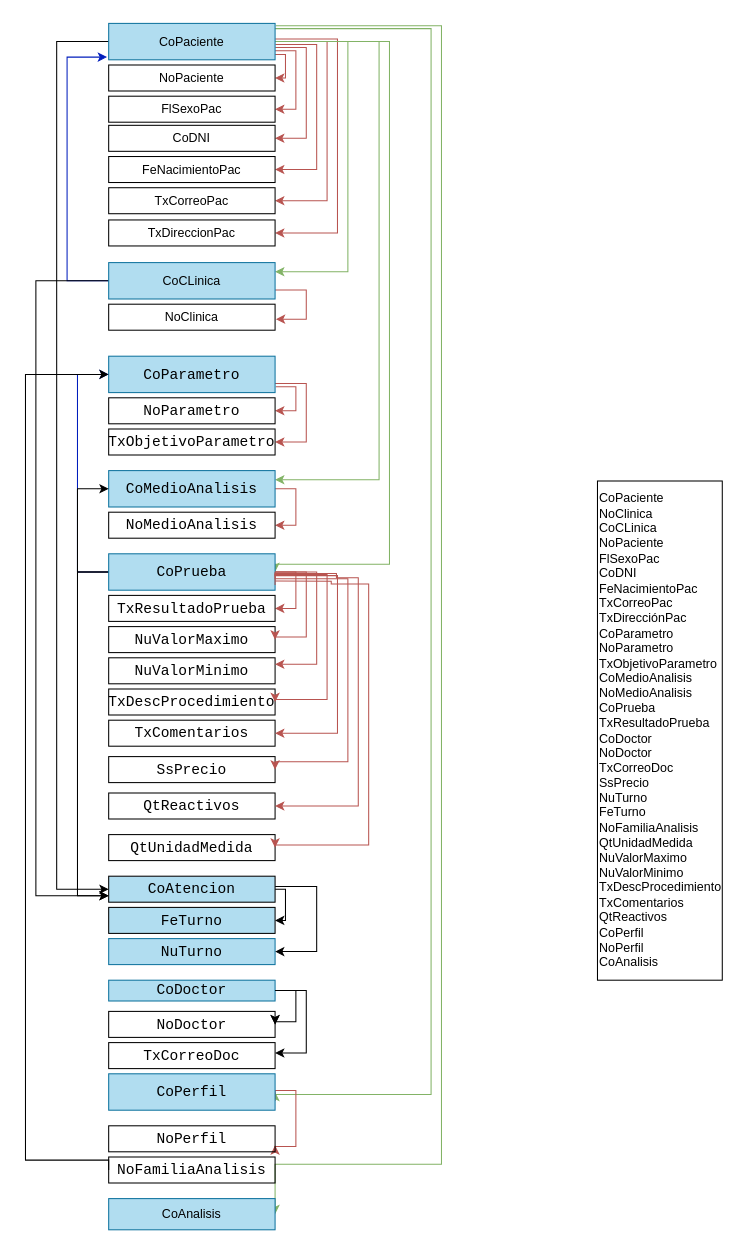
Before: page "Diagrama Funcional" (1 of 2) of Untitled Diagram.drawio in hrojasutani/test, a draw.io diagram. Source tidied: cells renumbered, new cells numbered last; positions are measured from the earlier drawing's top-left corner, leaving out a move shared by most shapes. Both pictures are drawn from the tidied source at 104%, with x=0, y=0 at pixel (25, 23).
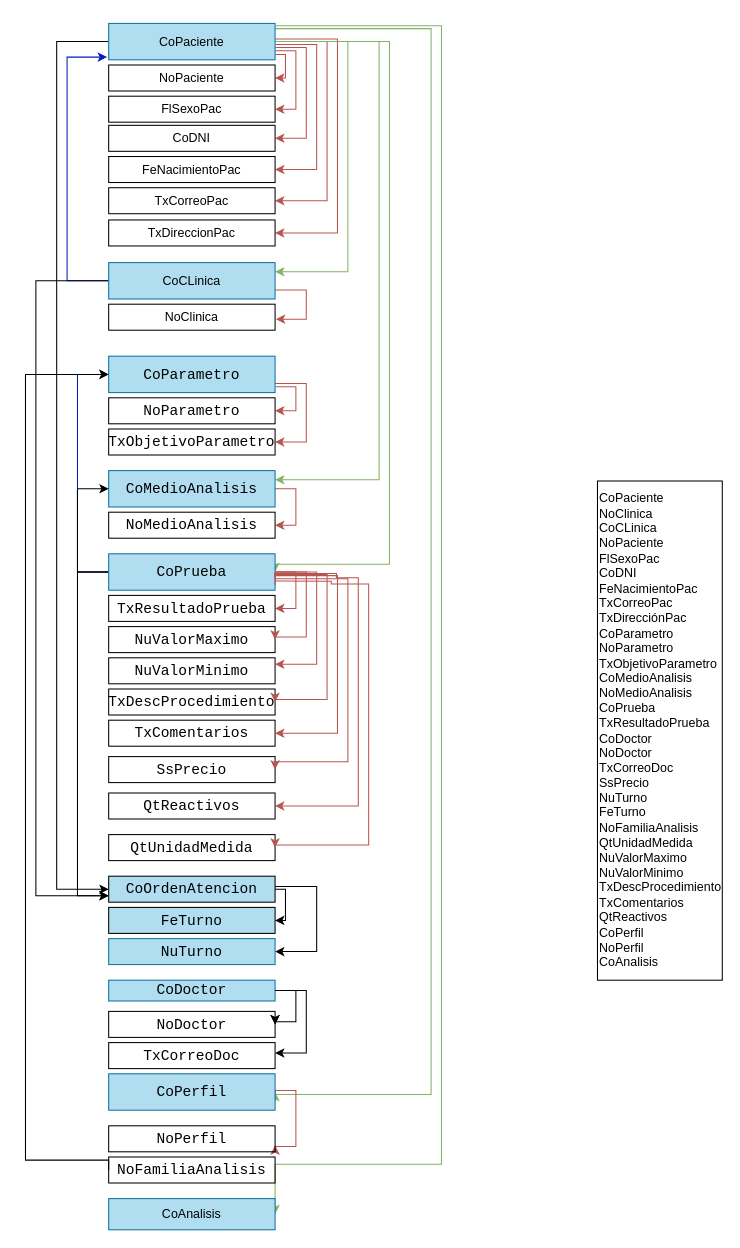
The same page after the edit.

Change to the diagram source:
```diff
@@
-    <mxCell id="70" value="&lt;div style=&quot;font-family: Consolas, &amp;quot;Courier New&amp;quot;, monospace; font-size: 14px; line-height: 19px;&quot;&gt;&lt;div&gt;&lt;span style=&quot;&quot;&gt;CoAtencion&lt;/span&gt;&lt;/div&gt;&lt;/div&gt;" style="text;whiteSpace=wrap;html=1;verticalAlign=middle;align=center;fontColor=default;labelBackgroundColor=none;fontStyle=0;strokeColor=default;fillColor=#B1DDF0;" parent="1" vertex="1">
+    <mxCell id="70" value="&lt;div style=&quot;font-family: Consolas, &amp;quot;Courier New&amp;quot;, monospace; font-size: 14px; line-height: 19px;&quot;&gt;&lt;div&gt;&lt;span style=&quot;&quot;&gt;CoOrdenAtencion&lt;/span&gt;&lt;/div&gt;&lt;/div&gt;" style="text;whiteSpace=wrap;html=1;verticalAlign=middle;align=center;fontColor=default;labelBackgroundColor=none;fontStyle=0;strokeColor=default;fillColor=#B1DDF0;" parent="1" vertex="1">
       <mxGeometry x="80" y="820" width="160" height="25" as="geometry" />
     </mxCell>
```
